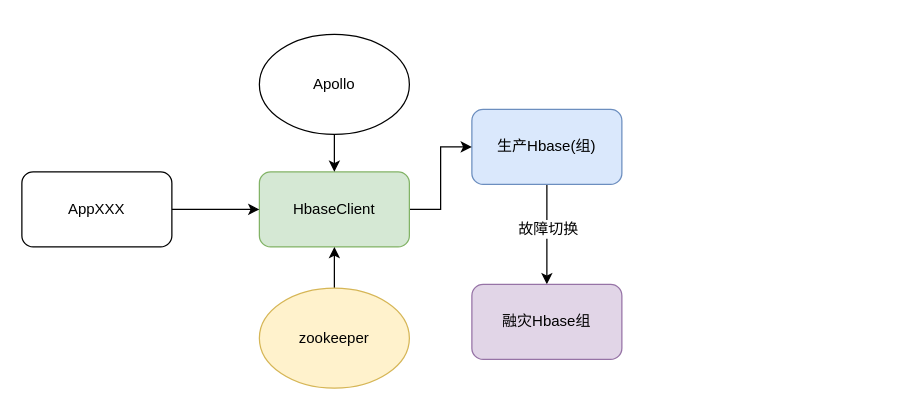
Before: hbase-client.drawio in zyhui98/drawio, a draw.io diagram. Source tidied: cells renumbered, new cells numbered last; positions are measured from the earlier drawing's top-left corner, leaving out a move shared by most shapes. Both pictures are drawn from the tidied source at 125%, with x=0, y=0 at pixel (21, 34).
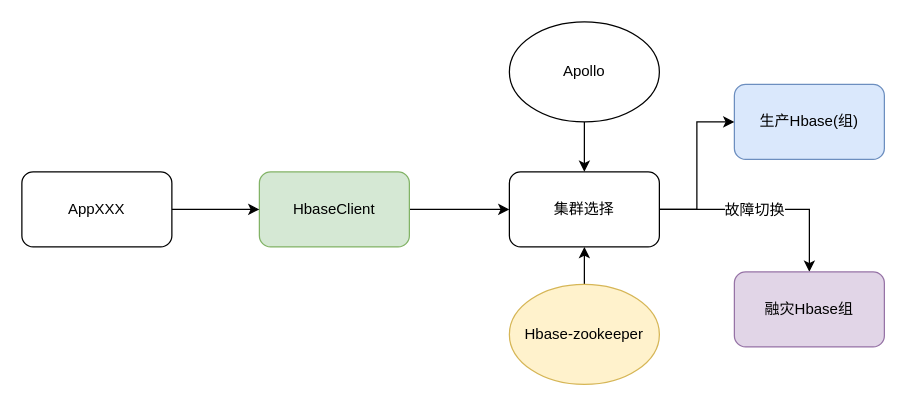
Above is the later version.

What changed in the source:
```diff
@@
 <mxGraphModel>
   <root>
     <mxCell id="0" />
     <mxCell id="1" parent="0" />
-    <mxCell id="2" style="edgeStyle=orthogonalEdgeStyle;rounded=0;jettySize=auto;html=1;" parent="1" edge="1" source="4" target="5">
+    <mxCell id="2" style="edgeStyle=orthogonalEdgeStyle;rounded=0;jettySize=auto;html=1;exitX=1;exitY=0.5;exitDx=0;exitDy=0;" parent="1" edge="1" source="15" target="5">
       <mxGeometry relative="1" as="geometry" />
     </mxCell>
     <mxCell id="3" value="故障切换" style="text;html=1;align=center;verticalAlign=middle;labelBackgroundColor=#ffffff;" parent="2" vertex="1">
       <mxGeometry x="-0.12" relative="1" as="geometry" />
     </mxCell>
     <mxCell id="4" value="生产Hbase(组)" style="rounded=1;whiteSpace=wrap;html=1;fillColor=#dae8fc;strokeColor=#6c8ebf;" parent="1" vertex="1">
-      <mxGeometry x="360" y="60" width="120" height="60" as="geometry" />
+      <mxGeometry x="570" y="40" width="120" height="60" as="geometry" />
     </mxCell>
     <mxCell id="5" value="融灾Hbase组" style="rounded=1;whiteSpace=wrap;html=1;fillColor=#e1d5e7;strokeColor=#9673a6;" parent="1" vertex="1">
-      <mxGeometry x="360" y="200" width="120" height="60" as="geometry" />
+      <mxGeometry x="570" y="190" width="120" height="60" as="geometry" />
     </mxCell>
-    <mxCell id="6" style="edgeStyle=orthogonalEdgeStyle;rounded=0;jettySize=auto;html=1;exitX=1;exitY=0.5;exitDx=0;exitDy=0;" parent="1" edge="1" source="7" target="4">
-      <mxGeometry relative="1" as="geometry" />
+    <mxCell id="6" style="edgeStyle=orthogonalEdgeStyle;rounded=0;jettySize=auto;html=1;exitX=1;exitY=0.5;exitDx=0;exitDy=0;" parent="1" edge="1" source="7">
+      <mxGeometry relative="1" as="geometry">
+        <mxPoint x="390" y="140" as="targetPoint" />
+      </mxGeometry>
     </mxCell>
     <mxCell id="7" value="HbaseClient" style="rounded=1;whiteSpace=wrap;html=1;fillColor=#d5e8d4;strokeColor=#82b366;" parent="1" vertex="1">
       <mxGeometry x="190" y="110" width="120" height="60" as="geometry" />
     </mxCell>
     <mxCell id="8" style="edgeStyle=orthogonalEdgeStyle;rounded=0;jettySize=auto;html=1;" parent="1" edge="1" source="9" target="7">
       <mxGeometry relative="1" as="geometry" />
     </mxCell>
     <mxCell id="9" value="AppXXX" style="rounded=1;whiteSpace=wrap;html=1;" parent="1" vertex="1">
       <mxGeometry y="110" width="120" height="60" as="geometry" />
     </mxCell>
-    <mxCell id="10" style="edgeStyle=orthogonalEdgeStyle;rounded=0;jettySize=auto;html=1;" parent="1" edge="1" source="11" target="7">
+    <mxCell id="10" style="edgeStyle=orthogonalEdgeStyle;rounded=0;jettySize=auto;html=1;entryX=0.5;entryY=1;entryDx=0;entryDy=0;" parent="1" edge="1" source="11" target="15">
       <mxGeometry relative="1" as="geometry" />
     </mxCell>
-    <mxCell id="11" value="zookeeper" style="ellipse;whiteSpace=wrap;html=1;fillColor=#fff2cc;strokeColor=#d6b656;" parent="1" vertex="1">
-      <mxGeometry x="190" y="203" width="120" height="80" as="geometry" />
+    <mxCell id="11" value="Hbase-zookeeper" style="ellipse;whiteSpace=wrap;html=1;fillColor=#fff2cc;strokeColor=#d6b656;" parent="1" vertex="1">
+      <mxGeometry x="390" y="200" width="120" height="80" as="geometry" />
     </mxCell>
-    <mxCell id="12" style="edgeStyle=orthogonalEdgeStyle;rounded=0;jettySize=auto;html=1;" parent="1" edge="1" source="13" target="7">
+    <mxCell id="12" style="edgeStyle=orthogonalEdgeStyle;rounded=0;jettySize=auto;html=1;entryX=0.5;entryY=0;entryDx=0;entryDy=0;" parent="1" edge="1" source="13" target="15">
       <mxGeometry relative="1" as="geometry" />
     </mxCell>
     <mxCell id="13" value="Apollo" style="ellipse;whiteSpace=wrap;html=1;" parent="1" vertex="1">
-      <mxGeometry x="190" width="120" height="80" as="geometry" />
+      <mxGeometry x="390" y="-10" width="120" height="80" as="geometry" />
     </mxCell>
+    <mxCell id="14" style="edgeStyle=orthogonalEdgeStyle;rounded=0;jettySize=auto;html=1;entryX=0;entryY=0.5;entryDx=0;entryDy=0;" parent="1" edge="1" source="15" target="4">
+      <mxGeometry relative="1" as="geometry" />
+    </mxCell>
+    <mxCell id="15" value="集群选择" style="rounded=1;whiteSpace=wrap;html=1;" parent="1" vertex="1">
+      <mxGeometry x="390" y="110" width="120" height="60" as="geometry" />
+    </mxCell>
   </root>
 </mxGraphModel>
```
